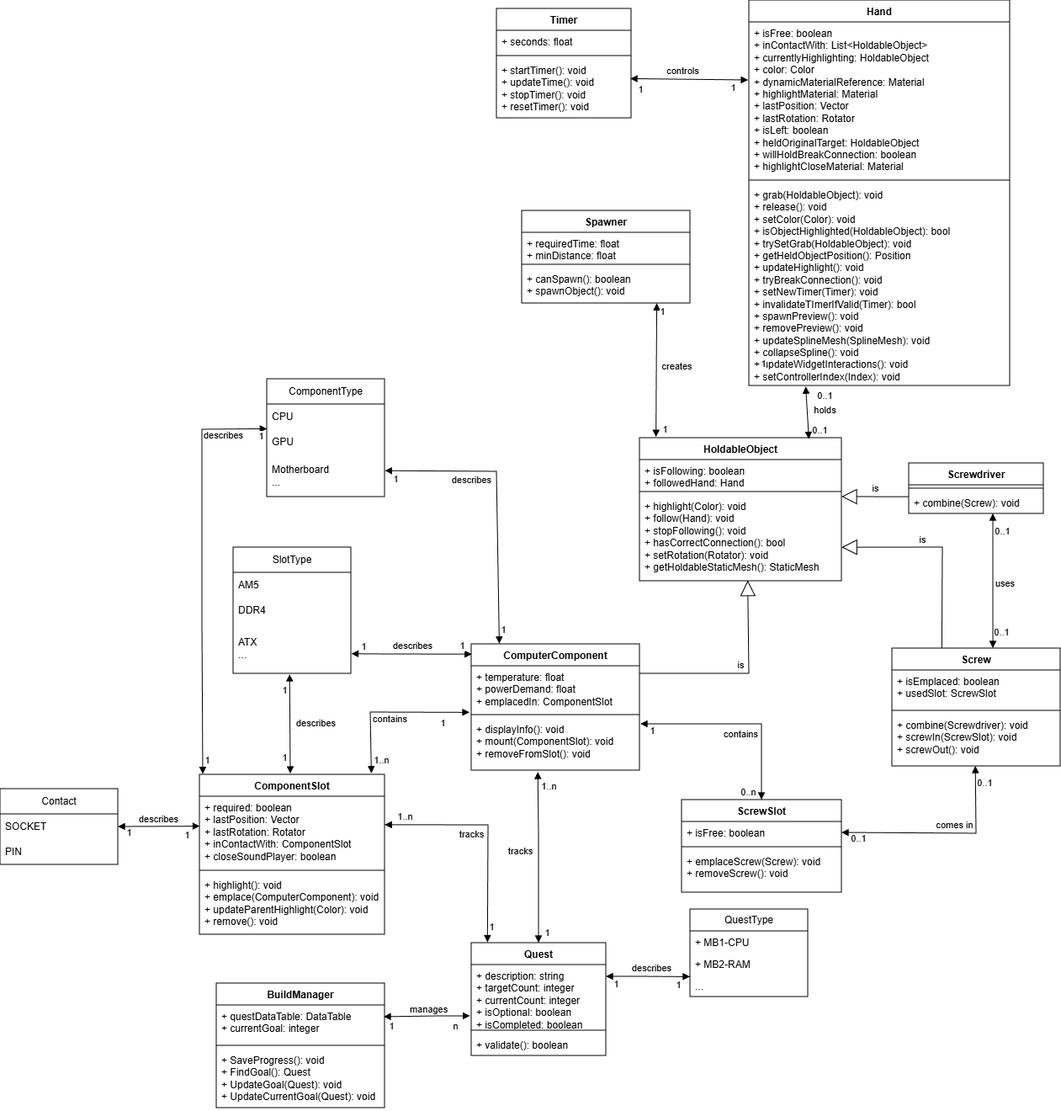
This is Images/ClassDiagram.png from dopp1e/diploma, a draw.io export, as it was before one commit. Source tidied: cells renumbered, new cells last; positions are measured from the earlier drawing's top-left corner, leaving out a move shared by most shapes.
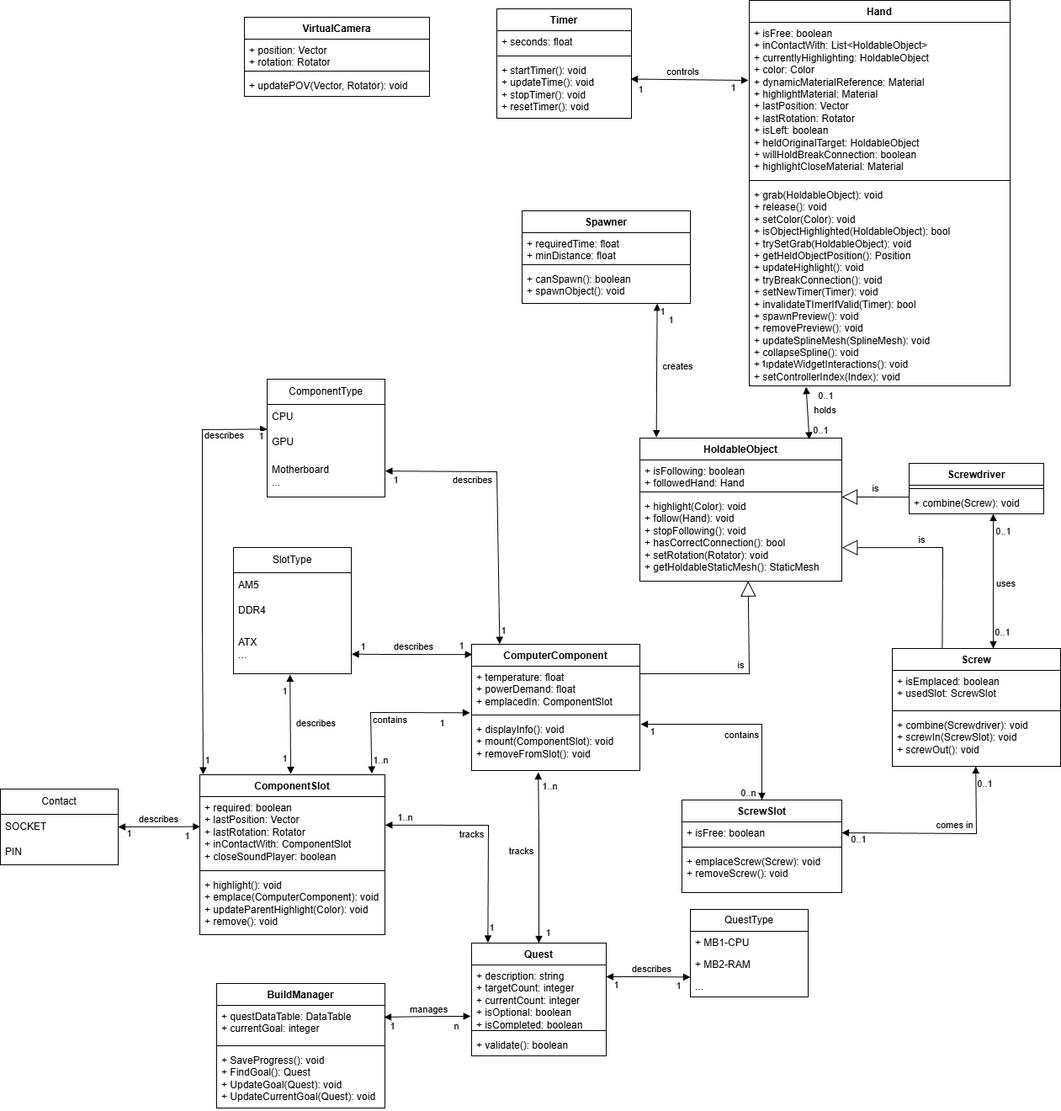
After the change.

The edit, as a diff of the source:
```diff
@@ -219,7 +219,7 @@
     </mxCell>
     <mxCell id="56" value="1" style="edgeLabel;html=1;align=center;verticalAlign=middle;" parent="52" vertex="1">
       <mxGeometry x="-0.78" y="2" relative="1" as="geometry">
-        <mxPoint x="7" y="132" as="offset" />
+        <mxPoint x="14" y="2" as="offset" />
       </mxGeometry>
     </mxCell>
     <mxCell id="57" value="ComponentSlot" style="swimlane;fontStyle=1;align=center;verticalAlign=top;horizontal=1;startSize=26;whiteSpace=wrap;html=1;" parent="1" vertex="1">
@@ -541,5 +541,17 @@
         <mxPoint x="-18" y="-15" as="offset" />
       </mxGeometry>
     </mxCell>
+    <mxCell id="128" value="VirtualCamera" style="swimlane;fontStyle=1;align=center;verticalAlign=top;horizontal=1;startSize=26;whiteSpace=wrap;html=1;" parent="1" vertex="1">
+      <mxGeometry x="290" y="20" width="220" height="94" as="geometry" />
+    </mxCell>
+    <mxCell id="129" value="+ position: Vector&lt;div&gt;+ rotation: Rotator&lt;/div&gt;" style="text;strokeColor=none;fillColor=none;align=left;verticalAlign=top;spacingLeft=4;spacingRight=4;overflow=hidden;whiteSpace=wrap;html=1;" parent="128" vertex="1">
+      <mxGeometry y="26" width="220" height="34" as="geometry" />
+    </mxCell>
+    <mxCell id="130" style="line;strokeWidth=1;fillColor=none;align=left;verticalAlign=middle;spacingTop=-1;spacingLeft=3;spacingRight=3;labelPosition=right;strokeColor=inherit;" parent="128" vertex="1">
+      <mxGeometry y="60" width="220" height="8" as="geometry" />
+    </mxCell>
+    <mxCell id="131" value="+ updatePOV(Vector, Rotator): void" style="text;strokeColor=none;fillColor=none;align=left;verticalAlign=top;spacingLeft=4;spacingRight=4;overflow=hidden;whiteSpace=wrap;html=1;" parent="128" vertex="1">
+      <mxGeometry y="68" width="220" height="26" as="geometry" />
+    </mxCell>
   </root>
 </mxGraphModel>
```
